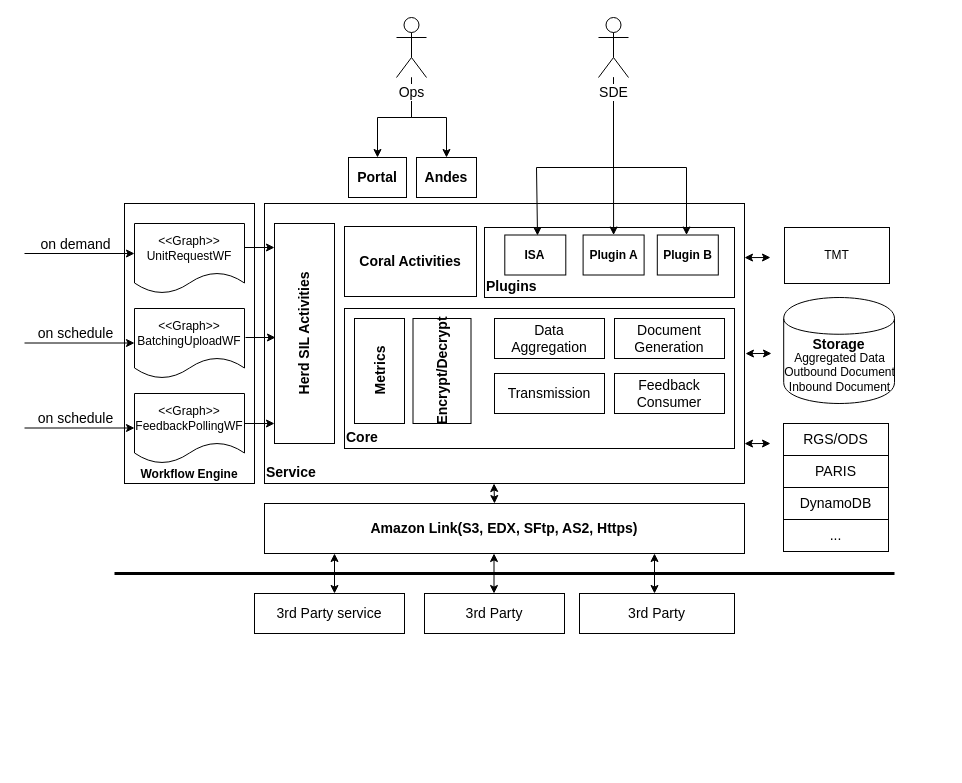
This is page "Page-2" (2 of 3) of Untitled Diagram.drawio from dongposhi/Mimicat, a draw.io file, before an edit. Source tidied: cells renumbered, new cells numbered last; positions are measured from the earlier drawing's top-left corner, leaving out a move shared by most shapes. Both pictures are drawn from the tidied source at 100%, with x=0, y=0 at pixel (24, 17).
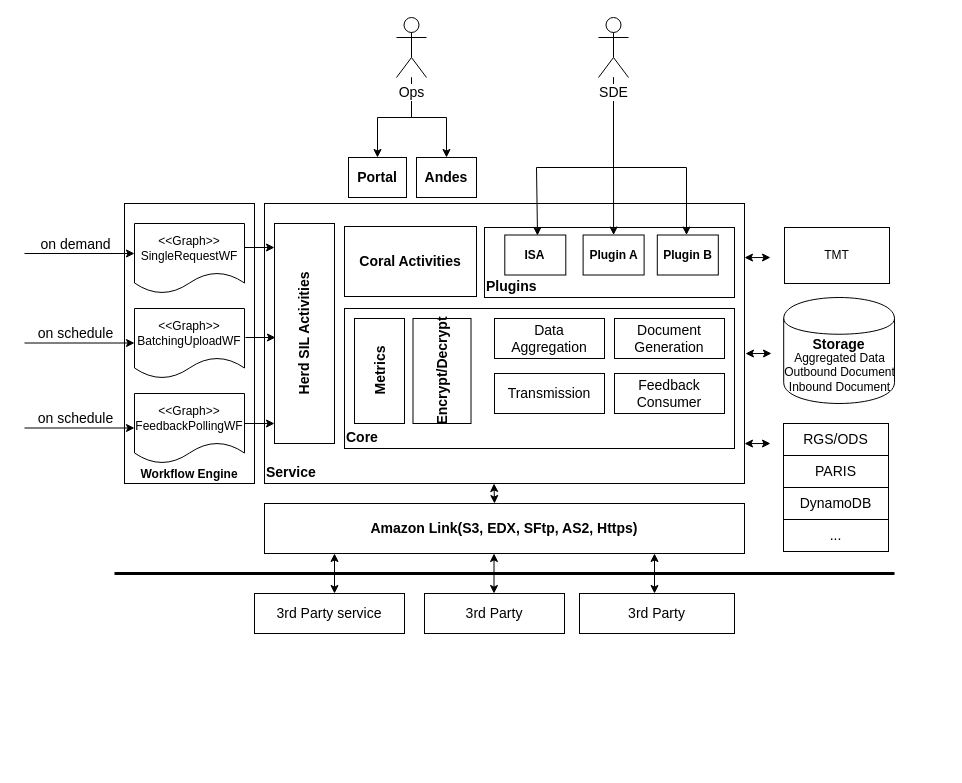
The same diagram, later.

The edit, as a diff of the source:
```diff
@@
-    <mxCell id="12" value="&amp;lt;&amp;lt;Graph&amp;gt;&amp;gt;&lt;br&gt;UnitRequestWF" style="shape=document;whiteSpace=wrap;html=1;boundedLbl=1;" parent="1" vertex="1">
+    <mxCell id="12" value="&amp;lt;&amp;lt;Graph&amp;gt;&amp;gt;&lt;br&gt;SingleRequestWF" style="shape=document;whiteSpace=wrap;html=1;boundedLbl=1;" parent="1" vertex="1">
       <mxGeometry x="110" y="206" width="110" height="70" as="geometry" />
     </mxCell>
```
